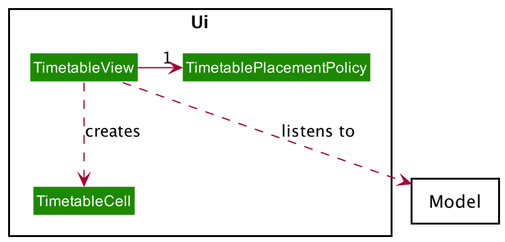
Above: docs/images/TimetableClassDiagram.png in nus-cs2103-AY2021S2/tp (PlantUML), before the change. Source of this version:
```plantuml
@startuml

!include style.puml



Package "Model"<<Rectangle>>{

}


Package "Ui"<<Rectangle>>{
    Class TimetableView UI_COLOR
    Class TimetablePlacementPolicy UI_COLOR
    Class TimetableCell UI_COLOR
}

TimetableView ..> TimetableCell : creates
TimetableView -> "1" TimetablePlacementPolicy
TimetableView ..> "Model" : listens to





@enduml
```
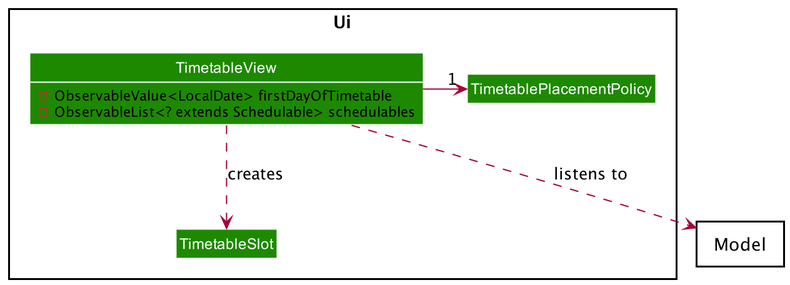
After the commit.

The edit, as a diff of the source:
```diff
@@ -10,17 +10,20 @@
 
 
 Package "Ui"<<Rectangle>>{
-    Class TimetableView UI_COLOR
+    class TimetableView UI_COLOR{
+    -ObservableValue<LocalDate> firstDayOfTimetable
+    -ObservableList<? extends Schedulable> schedulables
+    }
     Class TimetablePlacementPolicy UI_COLOR
-    Class TimetableCell UI_COLOR
+    Class TimetableSlot UI_COLOR
 }
 
-TimetableView ..> TimetableCell : creates
+TimetableView ..> TimetableSlot : creates
 TimetableView -> "1" TimetablePlacementPolicy
 TimetableView ..> "Model" : listens to
 
 
 
-
+show TimetableView fields
 
 @enduml
```
